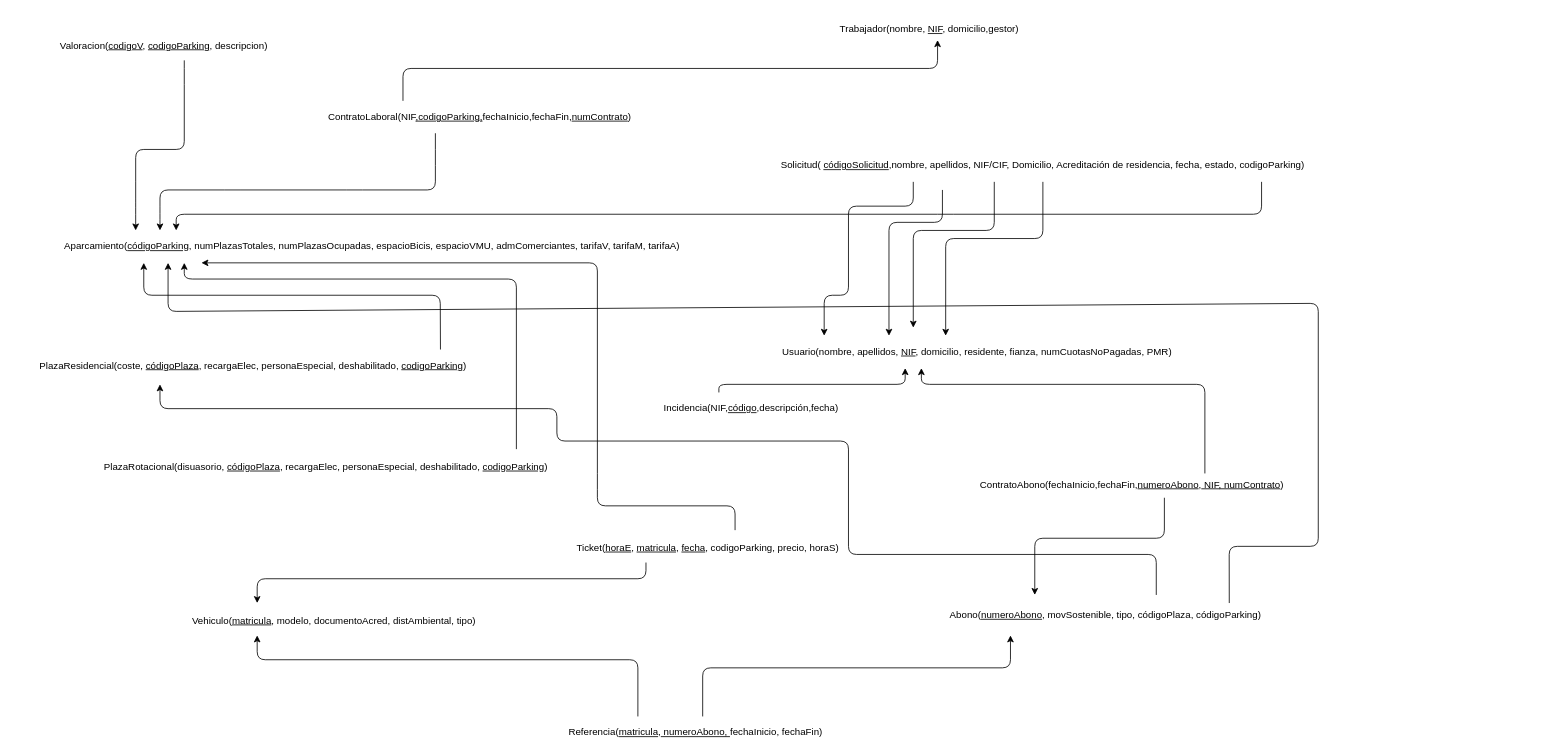
Above: diagrama_relacional.drawio in HylianPablo/ADBD (draw.io), before the change. Source tidied: cells renumbered, new cells numbered last; positions are measured from the earlier drawing's top-left corner, leaving out a move shared by most shapes. Both pictures are drawn from the tidied source at 81%, with x=0, y=0 at pixel (14, 19).
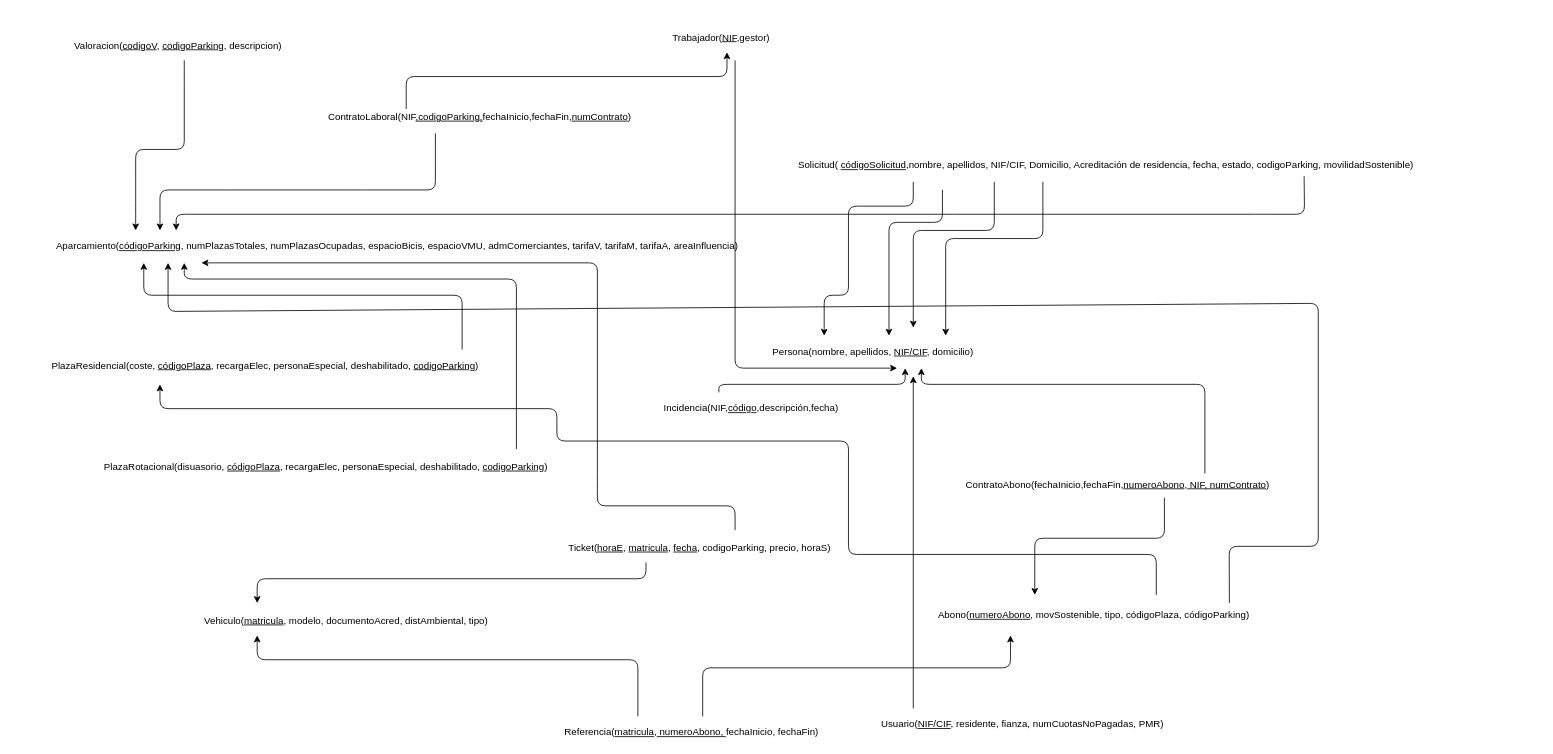
After the change.

What changed in the source:
```diff
@@
-    <mxCell id="2" value="Solicitud( &lt;u&gt;códigoSolicitud&lt;/u&gt;&lt;span style=&quot;text-decoration: none&quot;&gt;,nombre, apellidos, NIF/CIF, Domicilio, Acreditación de residencia, fecha, estado, codigoParking)&lt;/span&gt;" style="text;html=1;strokeColor=none;fillColor=none;align=center;verticalAlign=middle;whiteSpace=wrap;rounded=0;" parent="1" vertex="1">
-      <mxGeometry x="930" y="170" width="680" height="20" as="geometry" />
+    <mxCell id="2" value="&lt;div&gt;Solicitud( &lt;u&gt;códigoSolicitud&lt;/u&gt;&lt;span style=&quot;text-decoration: none&quot;&gt;,nombre, apellidos, NIF/CIF, Domicilio, Acreditación de residencia, fecha, estado, codigoParking, movilidadSostenible)&lt;/span&gt;&lt;/div&gt;" style="text;html=1;strokeColor=none;fillColor=none;align=center;verticalAlign=middle;whiteSpace=wrap;rounded=0;" parent="1" vertex="1">
+      <mxGeometry x="812.5" y="170" width="1070" height="20" as="geometry" />
     </mxCell>
-    <mxCell id="3" value="&lt;div align=&quot;left&quot;&gt;&lt;span style=&quot;text-decoration: none&quot;&gt;Aparcamiento(&lt;/span&gt;&lt;u&gt;códigoParking&lt;/u&gt;&lt;span style=&quot;text-decoration: none&quot;&gt;,&lt;/span&gt;&lt;span style=&quot;text-decoration: none&quot;&gt; numPlazasTotales, numPlazasOcupadas,&lt;/span&gt;&lt;span style=&quot;text-decoration: none&quot;&gt;&amp;nbsp;espacioBicis, espacioVMU, admComerciantes, tarifaV, tarifaM, tarifaA&lt;/span&gt;&lt;span style=&quot;text-decoration: none&quot;&gt;)&lt;/span&gt;&lt;/div&gt;" style="text;html=1;align=left;verticalAlign=top;spacingTop=-4;" parent="1" vertex="1">
-      <mxGeometry x="60" y="270" width="780" height="20" as="geometry" />
+    <mxCell id="3" value="&lt;div align=&quot;left&quot;&gt;&lt;span style=&quot;text-decoration: none&quot;&gt;Aparcamiento(&lt;/span&gt;&lt;u&gt;códigoParking&lt;/u&gt;&lt;span style=&quot;text-decoration: none&quot;&gt;,&lt;/span&gt;&lt;span style=&quot;text-decoration: none&quot;&gt; numPlazasTotales, numPlazasOcupadas,&lt;/span&gt;&lt;span style=&quot;text-decoration: none&quot;&gt;&amp;nbsp;espacioBicis, espacioVMU, admComerciantes, tarifaV, tarifaM, tarifaA&lt;/span&gt;&lt;span style=&quot;text-decoration: none&quot;&gt;, areaInfluencia)&lt;/span&gt;&lt;/div&gt;" style="text;html=1;align=left;verticalAlign=top;spacingTop=-4;" parent="1" vertex="1">
+      <mxGeometry x="50" y="270" width="980" height="20" as="geometry" />
     </mxCell>
     <mxCell id="4" value="&lt;div align=&quot;left&quot;&gt;&lt;span style=&quot;text-decoration: none&quot;&gt;Abono(&lt;/span&gt;&lt;u&gt;numeroAbono&lt;/u&gt;&lt;span style=&quot;text-decoration: none&quot;&gt;, movSostenible, tipo, códigoPlaza, códigoParking)&lt;/span&gt;&lt;/div&gt;" style="text;html=1;strokeColor=none;fillColor=none;align=center;verticalAlign=middle;whiteSpace=wrap;rounded=0;" parent="1" vertex="1">
-      <mxGeometry x="1144" y="720" width="407" height="30" as="geometry" />
+      <mxGeometry x="1110" y="720" width="446" height="30" as="geometry" />
     </mxCell>
     <mxCell id="5" value="&lt;span style=&quot;text-decoration: none&quot;&gt;ContratoAbono(fechaInicio,fechaFin,&lt;/span&gt;&lt;u&gt;numeroAbono&lt;/u&gt;&lt;span style=&quot;text-decoration: none&quot;&gt;,&lt;/span&gt;&lt;u&gt;&amp;nbsp;NIF, numContrato&lt;/u&gt;&lt;span style=&quot;text-decoration: none&quot;&gt;)&lt;/span&gt;" style="text;html=1;strokeColor=none;fillColor=none;align=center;verticalAlign=middle;whiteSpace=wrap;rounded=0;" parent="1" vertex="1">
-      <mxGeometry x="1185" y="564" width="390" height="20" as="geometry" />
+      <mxGeometry x="1140" y="564" width="445" height="20" as="geometry" />
     </mxCell>
     <mxCell id="6" value="&lt;p style=&quot;margin-bottom: 0cm ; line-height: 100%&quot; align=&quot;left&quot;&gt;&lt;span style=&quot;text-decoration: none&quot;&gt;PlazaResidencial(coste, &lt;/span&gt;&lt;u&gt;códigoPlaza&lt;/u&gt;&lt;span style=&quot;text-decoration: none&quot;&gt;, recargaElec, personaEspecial, deshabilitado, &lt;/span&gt;&lt;u&gt;codigoParking&lt;/u&gt;&lt;span style=&quot;text-decoration: none&quot;&gt;)&lt;/span&gt;&lt;/p&gt;" style="text;html=1;strokeColor=none;fillColor=none;align=center;verticalAlign=middle;whiteSpace=wrap;rounded=0;" parent="1" vertex="1">
-      <mxGeometry y="410" width="590" height="20" as="geometry" />
+      <mxGeometry y="410" width="620" height="20" as="geometry" />
     </mxCell>
@@
-    <mxCell id="8" value="&lt;span style=&quot;text-decoration: none&quot;&gt;Usuario(nombre, apellidos, &lt;/span&gt;&lt;u&gt;NIF&lt;/u&gt;&lt;span style=&quot;text-decoration: none&quot;&gt;, domicilio, residente, fianza, numCuotasNoPagadas, PMR)&lt;/span&gt;" style="text;html=1;strokeColor=none;fillColor=none;align=center;verticalAlign=middle;whiteSpace=wrap;rounded=0;" parent="1" vertex="1">
-      <mxGeometry x="943.5" y="400" width="490" height="20" as="geometry" />
+    <mxCell id="8" value="&lt;span style=&quot;text-decoration: none&quot;&gt;Usuario(&lt;/span&gt;&lt;span style=&quot;text-decoration: none&quot;&gt;&lt;u&gt;NIF/CIF&lt;/u&gt;, residente, fianza, numCuotasNoPagadas, PMR)&lt;/span&gt;" style="text;html=1;strokeColor=none;fillColor=none;align=center;verticalAlign=middle;whiteSpace=wrap;rounded=0;" parent="1" vertex="1">
+      <mxGeometry x="1000" y="860" width="490" height="20" as="geometry" />
     </mxCell>
-    <mxCell id="9" value="&lt;p style=&quot;margin-bottom: 0cm ; line-height: 100%&quot;&gt;&lt;span style=&quot;text-decoration: none&quot;&gt;Trabajador(nombre, &lt;/span&gt;&lt;u&gt;NIF&lt;/u&gt;&lt;span style=&quot;text-decoration: none&quot;&gt;, domicilio,gestor)&lt;/span&gt;&lt;/p&gt;" style="text;html=1;strokeColor=none;fillColor=none;align=center;verticalAlign=middle;whiteSpace=wrap;rounded=0;" parent="1" vertex="1">
-      <mxGeometry x="1000" width="260" height="10" as="geometry" />
+    <mxCell id="9" value="&lt;p style=&quot;margin-bottom: 0cm ; line-height: 100%&quot;&gt;&lt;span style=&quot;text-decoration: none&quot;&gt;Trabajador(&lt;/span&gt;&lt;u&gt;NIF&lt;/u&gt;&lt;span style=&quot;text-decoration: none&quot;&gt;,gestor)&lt;/span&gt;&lt;/p&gt;" style="text;html=1;strokeColor=none;fillColor=none;align=center;verticalAlign=middle;whiteSpace=wrap;rounded=0;" parent="1" vertex="1">
+      <mxGeometry x="723" y="10" width="300" height="10" as="geometry" />
     </mxCell>
     <mxCell id="10" value="&lt;p style=&quot;margin-bottom: 0cm ; line-height: 100%&quot;&gt;&lt;span style=&quot;text-decoration: none&quot;&gt;Ticket(&lt;/span&gt;&lt;u&gt;horaE&lt;/u&gt;&lt;span style=&quot;text-decoration: none&quot;&gt;, &lt;/span&gt;&lt;u&gt;matricula&lt;/u&gt;&lt;span style=&quot;text-decoration: none&quot;&gt;, &lt;/span&gt;&lt;u&gt;fecha&lt;/u&gt;&lt;span style=&quot;text-decoration: none&quot;&gt;, codigoParking, precio, horaS)&lt;/span&gt;&lt;/p&gt;" style="text;html=1;strokeColor=none;fillColor=none;align=center;verticalAlign=middle;whiteSpace=wrap;rounded=0;" parent="1" vertex="1">
-      <mxGeometry x="690" y="640" width="333" height="10" as="geometry" />
+      <mxGeometry x="650" y="640" width="393" height="10" as="geometry" />
     </mxCell>
     <mxCell id="11" value="&lt;p style=&quot;margin-bottom: 0cm ; line-height: 100%&quot;&gt;&lt;span style=&quot;text-decoration: none&quot;&gt;Valoracion(&lt;/span&gt;&lt;u&gt;codigoV&lt;/u&gt;&lt;span style=&quot;text-decoration: none&quot;&gt;, &lt;/span&gt;&lt;u&gt;codigoParking&lt;/u&gt;&lt;span style=&quot;text-decoration: none&quot;&gt;, descripcion)&lt;/span&gt;&lt;/p&gt;" style="text;html=1;strokeColor=none;fillColor=none;align=center;verticalAlign=middle;whiteSpace=wrap;rounded=0;" parent="1" vertex="1">
-      <mxGeometry x="35" y="20" width="300" height="10" as="geometry" />
+      <mxGeometry x="35" y="20" width="335" height="10" as="geometry" />
     </mxCell>
     <mxCell id="12" value="&lt;p style=&quot;margin-bottom: 0cm ; line-height: 100%&quot;&gt;&lt;span style=&quot;text-decoration: none&quot;&gt;Vehiculo(&lt;/span&gt;&lt;u&gt;matricula&lt;/u&gt;&lt;span style=&quot;text-decoration: none&quot;&gt;, modelo, documentoAcred, distAmbiental, tipo&lt;/span&gt;&lt;span style=&quot;text-decoration: none&quot;&gt;)&lt;/span&gt;&lt;/p&gt;" style="text;html=1;strokeColor=none;fillColor=none;align=center;verticalAlign=middle;whiteSpace=wrap;rounded=0;" parent="1" vertex="1">
-      <mxGeometry x="200" y="730" width="390" height="10" as="geometry" />
+      <mxGeometry x="200" y="730" width="420" height="10" as="geometry" />
     </mxCell>
     <mxCell id="13" value="&lt;span style=&quot;text-decoration: none&quot;&gt;Referencia&lt;/span&gt;&lt;span style=&quot;text-decoration: none&quot;&gt;(&lt;/span&gt;&lt;u&gt;matricula&lt;/u&gt;&lt;span style=&quot;text-decoration: none&quot;&gt;,&lt;/span&gt;&lt;u&gt; numeroAbono, &lt;/u&gt;fechaInicio, fechaFin&lt;span style=&quot;text-decoration: none&quot;&gt;)&lt;/span&gt;" style="text;html=1;strokeColor=none;fillColor=none;align=center;verticalAlign=middle;whiteSpace=wrap;rounded=0;" parent="1" vertex="1">
-      <mxGeometry x="660" y="870" width="363" height="20" as="geometry" />
+      <mxGeometry x="650" y="870" width="373" height="20" as="geometry" />
     </mxCell>
@@
     <mxCell id="18" style="endArrow=classic;html=1;" parent="1" edge="1">
       <mxGeometry relative="1" as="geometry">
-        <mxPoint x="480" y="100" as="sourcePoint" />
-        <mxPoint x="1140" y="25" as="targetPoint" />
+        <mxPoint x="484" y="110" as="sourcePoint" />
+        <mxPoint x="880" y="40" as="targetPoint" />
         <Array as="points">
-          <mxPoint x="480" y="60" />
-          <mxPoint x="1140" y="60" />
+          <mxPoint x="484" y="70" />
+          <mxPoint x="880" y="70" />
+          <mxPoint x="880" y="50" />
         </Array>
       </mxGeometry>
     </mxCell>
@@
-    <mxCell id="20" style="endArrow=classic;html=1;" parent="1" edge="1">
+    <mxCell id="20" style="endArrow=classic;html=1;exitX=0.729;exitY=1.15;exitDx=0;exitDy=0;exitPerimeter=0;" parent="1" edge="1" source="2">
       <mxGeometry relative="1" as="geometry">
-        <mxPoint x="1540" y="200" as="sourcePoint" />
         <mxPoint x="200" y="260" as="targetPoint" />
         <Array as="points">
-          <mxPoint x="1540" y="200" />
+          <mxPoint x="1593" y="240" />
           <mxPoint x="1540" y="240" />
           <mxPoint x="1150" y="240" />
           <mxPoint x="200" y="240" />
         </Array>
       </mxGeometry>
     </mxCell>
     <mxCell id="21" style="endArrow=classic;html=1;exitX=0.892;exitY=-0.149;exitDx=0;exitDy=0;exitPerimeter=0;" parent="1" edge="1" source="6">
       <mxGeometry relative="1" as="geometry">
         <mxPoint x="160" y="300" as="targetPoint" />
         <Array as="points">
-          <mxPoint x="526" y="340" />
+          <mxPoint x="553" y="340" />
           <mxPoint x="160" y="340" />
         </Array>
       </mxGeometry>
     </mxCell>
@@
+    <mxCell id="35" value="Persona(nombre, apellidos, &lt;u&gt;NIF/CIF&lt;/u&gt;, domicilio)" style="text;html=1;align=center;verticalAlign=middle;" parent="1" vertex="1">
+      <mxGeometry x="910" y="400" width="300" height="20" as="geometry" />
+    </mxCell>
+    <mxCell id="36" style="endArrow=classic;html=1;" parent="1" edge="1">
+      <mxGeometry relative="1" as="geometry">
+        <mxPoint x="890" y="50" as="sourcePoint" />
+        <mxPoint x="1090" y="430" as="targetPoint" />
+        <Array as="points">
+          <mxPoint x="890" y="430" />
+        </Array>
+      </mxGeometry>
+    </mxCell>
+    <mxCell id="37" style="endArrow=classic;html=1;" parent="1" edge="1">
+      <mxGeometry relative="1" as="geometry">
+        <mxPoint x="1110" y="850" as="sourcePoint" />
+        <mxPoint x="1110" y="440" as="targetPoint" />
+      </mxGeometry>
+    </mxCell>
```
